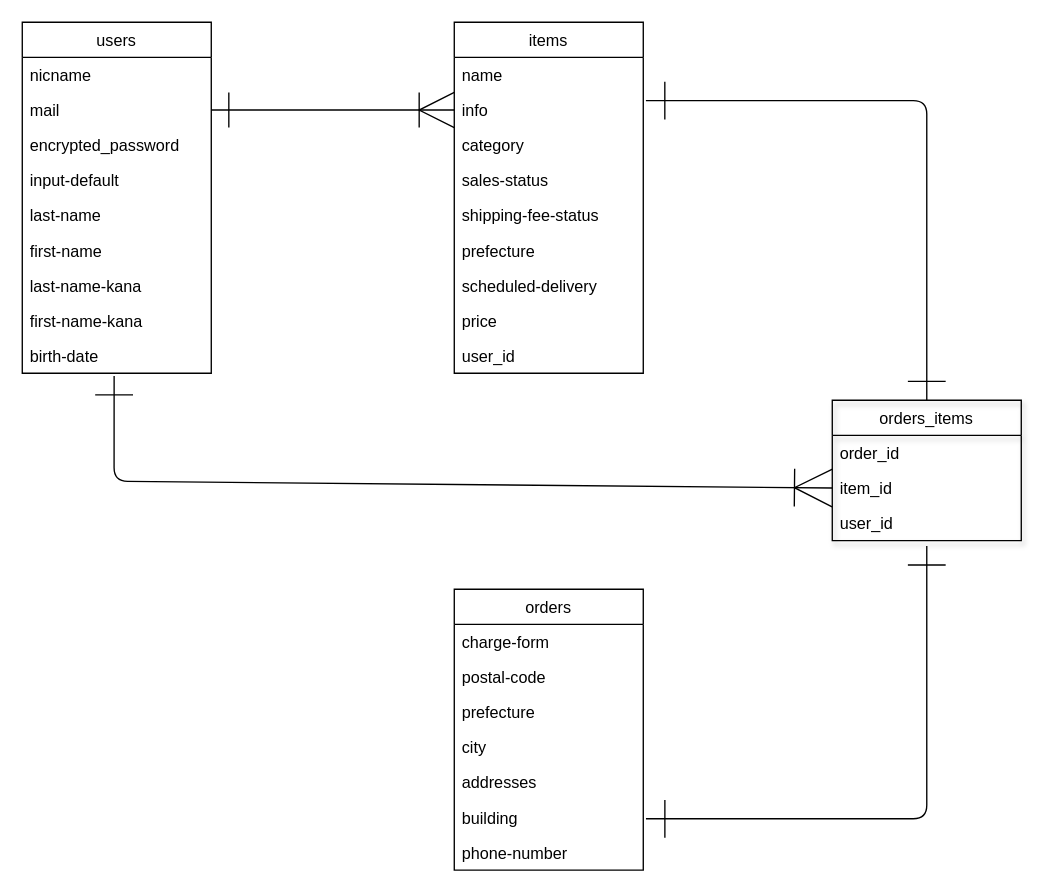
Before: test.dio in onacyan2/furima-36991, a draw.io diagram. Source tidied: cells renumbered, new cells numbered last; positions are measured from the earlier drawing's top-left corner, leaving out a move shared by most shapes. Both pictures are drawn from the tidied source at 135%, with x=0, y=0 at pixel (22, 22).
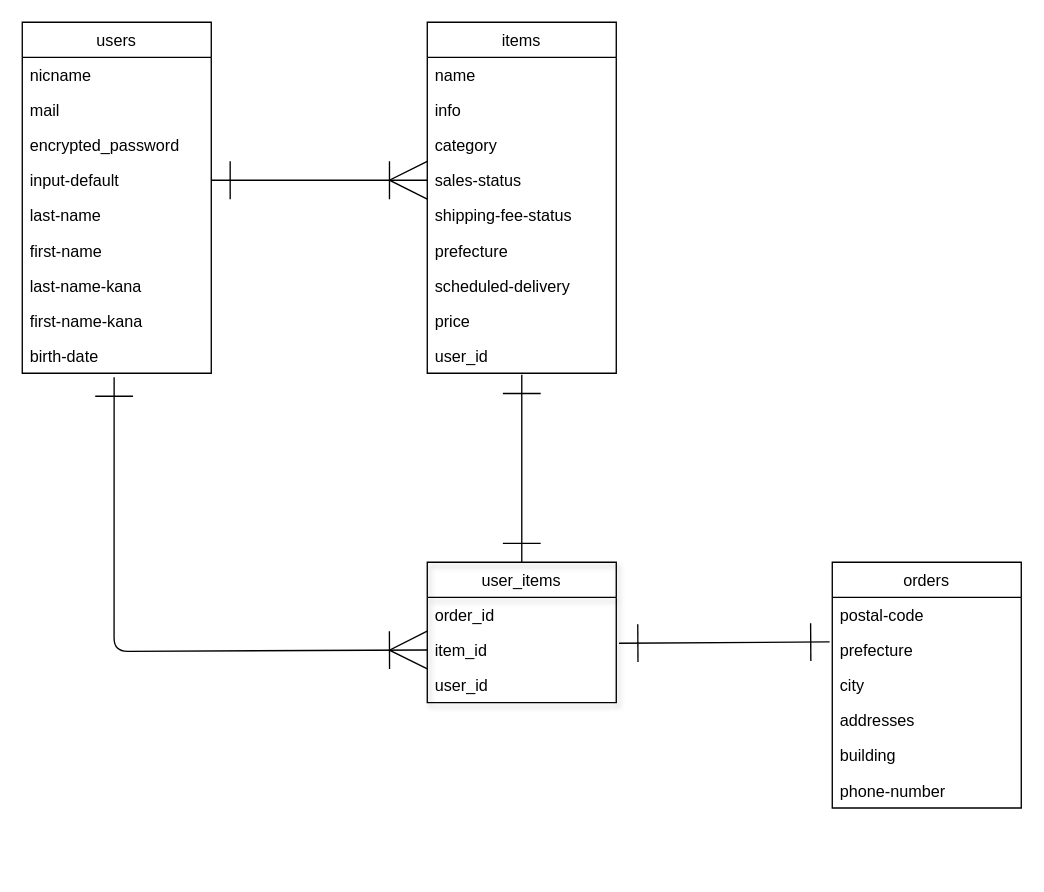
The same diagram, later.

Commit message (it also covers changes not shown here):
ER図/READMEの変更２

The change refers to these unchanged cells:
```xml
<mxCell id="12" value="info" style="text;strokeColor=none;fillColor=none;align=left;verticalAlign=top;spacingLeft=4;spacingRight=4;overflow=hidden;points=[[0,0.5],[1,0.5]];portConstraint=eastwest;" parent="10" vertex="1">
  <mxGeometry y="52" width="140" height="26" as="geometry" />
</mxCell>
<mxCell id="14" value="sales-status" style="text;strokeColor=none;fillColor=none;align=left;verticalAlign=top;spacingLeft=4;spacingRight=4;overflow=hidden;points=[[0,0.5],[1,0.5]];portConstraint=eastwest;" parent="10" vertex="1">
  <mxGeometry y="104" width="140" height="26" as="geometry" />
</mxCell>
<mxCell id="22" value="mail" style="text;strokeColor=none;fillColor=none;align=left;verticalAlign=top;spacingLeft=4;spacingRight=4;overflow=hidden;points=[[0,0.5],[1,0.5]];portConstraint=eastwest;" parent="20" vertex="1">
  <mxGeometry y="52" width="140" height="26" as="geometry" />
</mxCell>
<mxCell id="24" value="input-default" style="text;strokeColor=none;fillColor=none;align=left;verticalAlign=top;spacingLeft=4;spacingRight=4;overflow=hidden;points=[[0,0.5],[1,0.5]];portConstraint=eastwest;shadow=1;" parent="20" vertex="1">
  <mxGeometry y="104" width="140" height="26" as="geometry" />
</mxCell>
<mxCell id="29" value="birth-date" style="text;strokeColor=none;fillColor=none;align=left;verticalAlign=top;spacingLeft=4;spacingRight=4;overflow=hidden;points=[[0,0.5],[1,0.5]];portConstraint=eastwest;shadow=1;" parent="20" vertex="1">
  <mxGeometry y="234" width="140" height="26" as="geometry" />
</mxCell>
<mxCell id="33" value="item_id" style="text;strokeColor=none;fillColor=none;align=left;verticalAlign=top;spacingLeft=4;spacingRight=4;overflow=hidden;points=[[0,0.5],[1,0.5]];portConstraint=eastwest;" parent="31" vertex="1">
  <mxGeometry y="52" width="140" height="26" as="geometry" />
</mxCell>
<mxCell id="34" value="user_id" style="text;strokeColor=none;fillColor=none;align=left;verticalAlign=top;spacingLeft=4;spacingRight=4;overflow=hidden;points=[[0,0.5],[1,0.5]];portConstraint=eastwest;" parent="31" vertex="1">
  <mxGeometry y="78" width="140" height="26" as="geometry" />
</mxCell>
```

What changed in the source:
```diff
@@
     <mxCell id="2" value="orders" style="swimlane;fontStyle=0;horizontal=1;startSize=26;" parent="1" vertex="1">
-      <mxGeometry x="320" y="420" width="140" height="208" as="geometry" />
+      <mxGeometry x="600" y="400" width="140" height="182" as="geometry" />
     </mxCell>
-    <mxCell id="3" value="charge-form" style="text;strokeColor=none;fillColor=none;align=left;verticalAlign=top;spacingLeft=4;spacingRight=4;overflow=hidden;" parent="2" vertex="1">
-      <mxGeometry y="26" width="140" height="26" as="geometry" />
-    </mxCell>
     <mxCell id="4" value="postal-code" style="text;strokeColor=none;fillColor=none;align=left;verticalAlign=top;spacingLeft=4;spacingRight=4;overflow=hidden;" parent="2" vertex="1">
-      <mxGeometry y="52" width="140" height="26" as="geometry" />
+      <mxGeometry y="26" width="140" height="26" as="geometry" />
     </mxCell>
     <mxCell id="5" value="prefecture" style="text;strokeColor=none;fillColor=none;align=left;verticalAlign=top;spacingLeft=4;spacingRight=4;overflow=hidden;points=[[0,0.5],[1,0.5]];portConstraint=eastwest;" parent="2" vertex="1">
-      <mxGeometry y="78" width="140" height="26" as="geometry" />
+      <mxGeometry y="52" width="140" height="26" as="geometry" />
     </mxCell>
     <mxCell id="6" value="city" style="text;strokeColor=none;fillColor=none;align=left;verticalAlign=top;spacingLeft=4;spacingRight=4;overflow=hidden;" parent="2" vertex="1">
-      <mxGeometry y="104" width="140" height="26" as="geometry" />
+      <mxGeometry y="78" width="140" height="26" as="geometry" />
     </mxCell>
     <mxCell id="7" value="addresses" style="text;strokeColor=none;fillColor=none;align=left;verticalAlign=top;spacingLeft=4;spacingRight=4;overflow=hidden;" parent="2" vertex="1">
-      <mxGeometry y="130" width="140" height="26" as="geometry" />
+      <mxGeometry y="104" width="140" height="26" as="geometry" />
     </mxCell>
     <mxCell id="8" value="building" style="text;strokeColor=none;fillColor=none;align=left;verticalAlign=top;spacingLeft=4;spacingRight=4;overflow=hidden;" parent="2" vertex="1">
-      <mxGeometry y="156" width="140" height="26" as="geometry" />
+      <mxGeometry y="130" width="140" height="26" as="geometry" />
     </mxCell>
     <mxCell id="9" value="phone-number" style="text;strokeColor=none;fillColor=none;align=left;verticalAlign=top;spacingLeft=4;spacingRight=4;overflow=hidden;" parent="2" vertex="1">
-      <mxGeometry y="182" width="140" height="26" as="geometry" />
+      <mxGeometry y="156" width="140" height="26" as="geometry" />
     </mxCell>
     <mxCell id="10" value="items" style="swimlane;fontStyle=0;horizontal=1;startSize=26;" parent="1" vertex="1">
-      <mxGeometry x="320" width="140" height="260" as="geometry" />
+      <mxGeometry x="300" width="140" height="260" as="geometry" />
     </mxCell>
@@
-    <mxCell id="30" style="edgeStyle=orthogonalEdgeStyle;rounded=0;jettySize=auto;html=1;exitX=1;exitY=0.5;exitDx=0;exitDy=0;endArrow=ERoneToMany;endFill=0;entryX=0;entryY=0.5;entryDx=0;entryDy=0;strokeWidth=1;endSize=24;startArrow=ERone;startFill=0;startSize=24;" parent="1" edge="1" source="22" target="12">
-      <mxGeometry relative="1" as="geometry">
-        <Array as="points">
-          <mxPoint x="260" y="65" />
-          <mxPoint x="260" y="65" />
-        </Array>
-      </mxGeometry>
-    </mxCell>
-    <mxCell id="31" value="orders_items" style="swimlane;fontStyle=0;horizontal=1;startSize=26;fillColor=none;shadow=1;verticalAlign=top;" parent="1" vertex="1">
-      <mxGeometry x="600" y="280" width="140" height="104" as="geometry" />
+    <mxCell id="31" value="user_items" style="swimlane;fontStyle=0;horizontal=1;startSize=26;fillColor=none;shadow=1;verticalAlign=top;" parent="1" vertex="1">
+      <mxGeometry x="300" y="400" width="140" height="104" as="geometry" />
     </mxCell>
@@
-    <mxCell id="35" style="endArrow=ERone;startArrow=ERone;html=1;startSize=26;endSize=26;exitX=1.014;exitY=0.231;exitDx=0;exitDy=0;exitPerimeter=0;entryX=0.5;entryY=0;entryDx=0;entryDy=0;endFill=0;startFill=0;" parent="1" edge="1" source="12" target="31">
-      <mxGeometry relative="1" as="geometry">
-        <Array as="points">
-          <mxPoint x="670" y="58" />
-        </Array>
-      </mxGeometry>
-    </mxCell>
-    <mxCell id="36" style="endArrow=ERone;startArrow=ERone;html=1;startSize=26;endSize=26;endFill=0;startFill=0;entryX=0.5;entryY=1.154;entryDx=0;entryDy=0;entryPerimeter=0;" parent="1" edge="1" target="34">
-      <mxGeometry relative="1" as="geometry">
-        <mxPoint x="462" y="590" as="sourcePoint" />
-        <Array as="points">
-          <mxPoint x="670" y="590" />
-        </Array>
-      </mxGeometry>
-    </mxCell>
-    <mxCell id="37" style="endArrow=ERoneToMany;startArrow=ERone;html=1;startSize=26;endSize=26;exitX=0.486;exitY=1.077;exitDx=0;exitDy=0;exitPerimeter=0;entryX=0;entryY=0.5;entryDx=0;entryDy=0;startFill=0;endFill=0;" parent="1" edge="1" source="29" target="33">
-      <mxGeometry relative="1" as="geometry">
-        <Array as="points">
-          <mxPoint x="68" y="340" />
-        </Array>
-      </mxGeometry>
-    </mxCell>
+    <mxCell id="38" style="endArrow=ERoneToMany;startArrow=ERone;html=1;exitX=1;exitY=0.5;exitDx=0;exitDy=0;entryX=0;entryY=0.5;entryDx=0;entryDy=0;targetPerimeterSpacing=0;endSize=26;startSize=26;endFill=0;startFill=0;" parent="1" edge="1" source="24" target="14">
+      <mxGeometry relative="1" as="geometry" />
+    </mxCell>
+    <mxCell id="39" style="endArrow=ERone;startArrow=ERoneToMany;html=1;startSize=26;endSize=26;targetPerimeterSpacing=0;entryX=0.486;entryY=1.115;entryDx=0;entryDy=0;entryPerimeter=0;exitX=0;exitY=0.5;exitDx=0;exitDy=0;endFill=0;startFill=0;" parent="1" edge="1" source="33" target="29">
+      <mxGeometry relative="1" as="geometry">
+        <Array as="points">
+          <mxPoint x="68" y="466" />
+        </Array>
+      </mxGeometry>
+    </mxCell>
+    <mxCell id="40" style="endArrow=ERone;startArrow=ERone;html=1;startSize=26;endSize=26;targetPerimeterSpacing=0;exitX=0.5;exitY=0;exitDx=0;exitDy=0;endFill=0;startFill=0;" parent="1" edge="1" source="31">
+      <mxGeometry relative="1" as="geometry">
+        <mxPoint x="370" y="261" as="targetPoint" />
+      </mxGeometry>
+    </mxCell>
+    <mxCell id="41" style="endArrow=ERone;startArrow=ERone;html=1;startSize=26;endSize=26;targetPerimeterSpacing=0;endFill=0;startFill=0;entryX=-0.014;entryY=0.269;entryDx=0;entryDy=0;entryPerimeter=0;" parent="1" edge="1" target="5">
+      <mxGeometry relative="1" as="geometry">
+        <mxPoint x="442" y="460" as="sourcePoint" />
+      </mxGeometry>
+    </mxCell>
```
